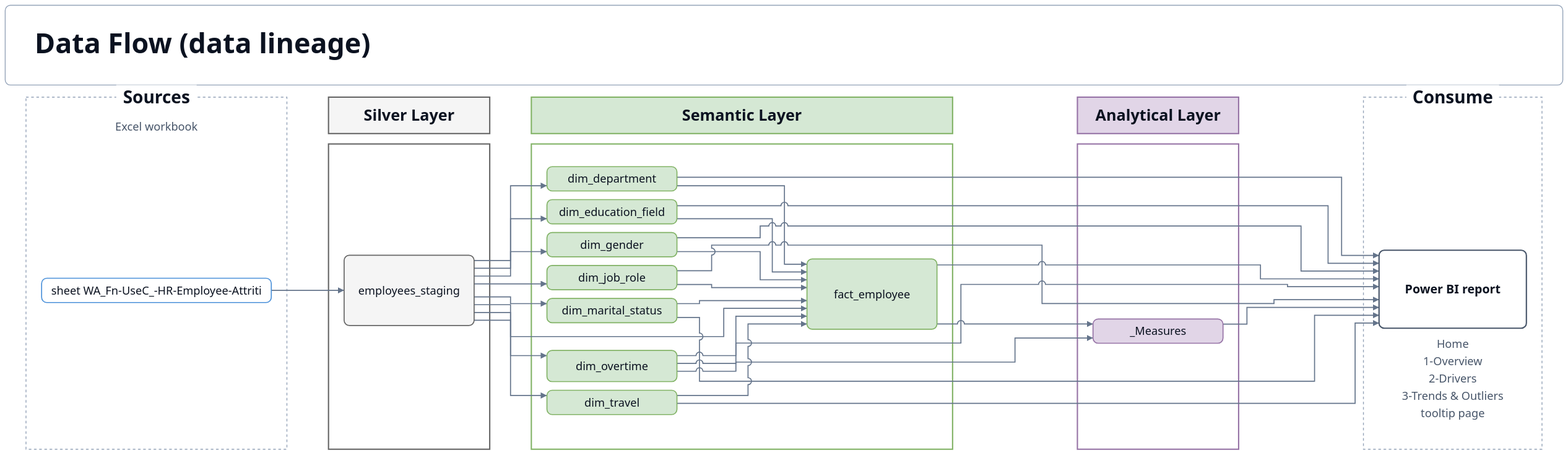
This is docs/data-flow.drawio.svg from omarshalabyy1/hr-attrition-power-bi, a draw.io export, as it was before one commit. Source tidied: cells renumbered, new cells last; positions are measured from the earlier drawing's top-left corner, leaving out a move shared by most shapes.
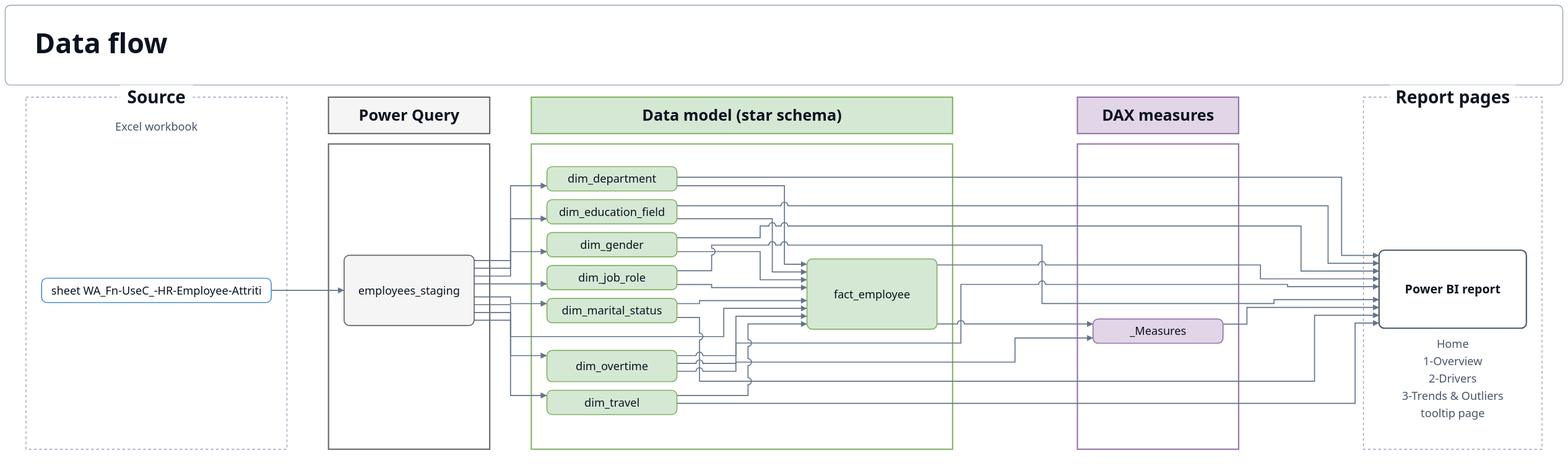
After the commit.

Commit message:
Architecture and data flow as a Power BI flow: Excel, Power Query, data model, DAX, report pages

No Bronze/Silver/Gold columns: the project has no warehouse layers, everything lives in the .pbix.

The edit, as a diff of the source:
```diff
@@ -5,47 +5,47 @@
     <mxCell id="2" style="rounded=1;absoluteArcSize=1;arcSize=12;html=1;fillColor=#FFFFFF;strokeColor=#94A3B8;strokeWidth=1;" parent="1" vertex="1">
       <mxGeometry width="1797" height="92" as="geometry" />
     </mxCell>
-    <mxCell id="3" value="Data Flow (data lineage)" style="text;html=1;whiteSpace=nowrap;align=left;verticalAlign=middle;spacing=0;fontFamily=Segoe UI;fontSize=32;fontColor=#0B1220;fontStyle=1;" parent="1" vertex="1">
+    <mxCell id="3" value="Data flow" style="text;html=1;whiteSpace=nowrap;align=left;verticalAlign=middle;spacing=0;fontFamily=Segoe UI;fontSize=32;fontColor=#0B1220;fontStyle=1;" parent="1" vertex="1">
       <mxGeometry x="34" y="20" width="1729" height="48" as="geometry" />
     </mxCell>
     <mxCell id="4" style="rounded=0;absoluteArcSize=1;arcSize=0;html=1;fillColor=#F5F5F5;strokeColor=#666666;strokeWidth=1.5;" parent="1" vertex="1">
       <mxGeometry x="373" y="106" width="186" height="42" as="geometry" />
     </mxCell>
-    <mxCell id="5" value="Silver Layer" style="text;html=1;whiteSpace=nowrap;align=center;verticalAlign=middle;spacing=0;fontFamily=Segoe UI;fontSize=18;fontColor=#0B1220;fontStyle=1;" parent="1" vertex="1">
-      <mxGeometry x="377" y="115" width="178" height="24" as="geometry" />
-    </mxCell>
+    <mxCell id="62" value="Power Query" style="text;html=1;whiteSpace=nowrap;align=center;verticalAlign=middle;spacing=0;fontFamily=Segoe UI;fontSize=18;fontColor=#0B1220;fontStyle=1;" parent="1" vertex="1">
+      <mxGeometry x="377" y="115" width="178" height="24" as="geometry" />
+    </mxCell>
     <mxCell id="6" style="rounded=0;absoluteArcSize=1;arcSize=0;html=1;fillColor=#FFFFFF;strokeColor=#666666;strokeWidth=1.5;" parent="1" vertex="1">
       <mxGeometry x="373" y="160" width="186" height="352.2" as="geometry" />
     </mxCell>
     <mxCell id="7" style="rounded=0;absoluteArcSize=1;arcSize=0;html=1;fillColor=#D5E8D4;strokeColor=#82B366;strokeWidth=1.5;" parent="1" vertex="1">
       <mxGeometry x="607" y="106" width="486" height="42" as="geometry" />
     </mxCell>
-    <mxCell id="8" value="Semantic Layer" style="text;html=1;whiteSpace=nowrap;align=center;verticalAlign=middle;spacing=0;fontFamily=Segoe UI;fontSize=18;fontColor=#0B1220;fontStyle=1;" parent="1" vertex="1">
-      <mxGeometry x="611" y="115" width="478" height="24" as="geometry" />
-    </mxCell>
+    <mxCell id="63" value="Data model (star schema)" style="text;html=1;whiteSpace=nowrap;align=center;verticalAlign=middle;spacing=0;fontFamily=Segoe UI;fontSize=18;fontColor=#0B1220;fontStyle=1;" parent="1" vertex="1">
+      <mxGeometry x="611" y="115" width="478" height="24" as="geometry" />
+    </mxCell>
     <mxCell id="9" style="rounded=0;absoluteArcSize=1;arcSize=0;html=1;fillColor=#FFFFFF;strokeColor=#82B366;strokeWidth=1.5;" parent="1" vertex="1">
       <mxGeometry x="607" y="160" width="486" height="352.2" as="geometry" />
     </mxCell>
     <mxCell id="10" style="rounded=0;absoluteArcSize=1;arcSize=0;html=1;fillColor=#E1D5E7;strokeColor=#9673A6;strokeWidth=1.5;" parent="1" vertex="1">
       <mxGeometry x="1237" y="106" width="186" height="42" as="geometry" />
     </mxCell>
-    <mxCell id="11" value="Analytical Layer" style="text;html=1;whiteSpace=nowrap;align=center;verticalAlign=middle;spacing=0;fontFamily=Segoe UI;fontSize=18;fontColor=#0B1220;fontStyle=1;" parent="1" vertex="1">
-      <mxGeometry x="1241" y="115" width="178" height="24" as="geometry" />
-    </mxCell>
+    <mxCell id="64" value="DAX measures" style="text;html=1;whiteSpace=nowrap;align=center;verticalAlign=middle;spacing=0;fontFamily=Segoe UI;fontSize=18;fontColor=#0B1220;fontStyle=1;" parent="1" vertex="1">
+      <mxGeometry x="1241" y="115" width="178" height="24" as="geometry" />
+    </mxCell>
     <mxCell id="12" style="rounded=0;absoluteArcSize=1;arcSize=0;html=1;fillColor=#FFFFFF;strokeColor=#9673A6;strokeWidth=1.5;" parent="1" vertex="1">
       <mxGeometry x="1237" y="160" width="186" height="352.2" as="geometry" />
     </mxCell>
     <mxCell id="13" style="rounded=0;absoluteArcSize=1;arcSize=0;html=1;fillColor=none;strokeColor=#94A3B8;strokeWidth=1;dashed=1;" parent="1" vertex="1">
       <mxGeometry x="24" y="106" width="301" height="406.2" as="geometry" />
     </mxCell>
-    <mxCell id="14" value="Sources" style="text;html=1;whiteSpace=nowrap;align=center;verticalAlign=middle;spacing=0;fontFamily=Segoe UI;fontSize=20;fontColor=#0B1220;fontStyle=1;fillColor=#FFFFFF;" parent="1" vertex="1">
-      <mxGeometry x="128.1" y="92" width="92.8" height="28" as="geometry" />
+    <mxCell id="14" value="Source" style="text;html=1;whiteSpace=nowrap;align=center;verticalAlign=middle;spacing=0;fontFamily=Segoe UI;fontSize=20;fontColor=#0B1220;fontStyle=1;fillColor=#FFFFFF;" parent="1" vertex="1">
+      <mxGeometry x="132.5" y="92" width="84" height="28" as="geometry" />
     </mxCell>
     <mxCell id="15" style="rounded=0;absoluteArcSize=1;arcSize=0;html=1;fillColor=none;strokeColor=#94A3B8;strokeWidth=1;dashed=1;" parent="1" vertex="1">
       <mxGeometry x="1567" y="106" width="206" height="406.2" as="geometry" />
     </mxCell>
-    <mxCell id="16" value="Consume" style="text;html=1;whiteSpace=nowrap;align=center;verticalAlign=middle;spacing=0;fontFamily=Segoe UI;fontSize=20;fontColor=#0B1220;fontStyle=1;fillColor=#FFFFFF;" parent="1" vertex="1">
-      <mxGeometry x="1616.5" y="92" width="107" height="28" as="geometry" />
+    <mxCell id="16" value="Report pages" style="text;html=1;whiteSpace=nowrap;align=center;verticalAlign=middle;spacing=0;fontFamily=Segoe UI;fontSize=20;fontColor=#0B1220;fontStyle=1;fillColor=#FFFFFF;" parent="1" vertex="1">
+      <mxGeometry x="1597.5" y="92" width="145" height="28" as="geometry" />
     </mxCell>
     <mxCell id="17" value="Excel workbook" style="text;html=1;whiteSpace=nowrap;align=center;verticalAlign=middle;spacing=0;fontFamily=Segoe UI;fontSize=13;fontColor=#475569;fontStyle=0;" parent="1" vertex="1">
       <mxGeometry x="42" y="130" width="265" height="20" as="geometry" />
```
